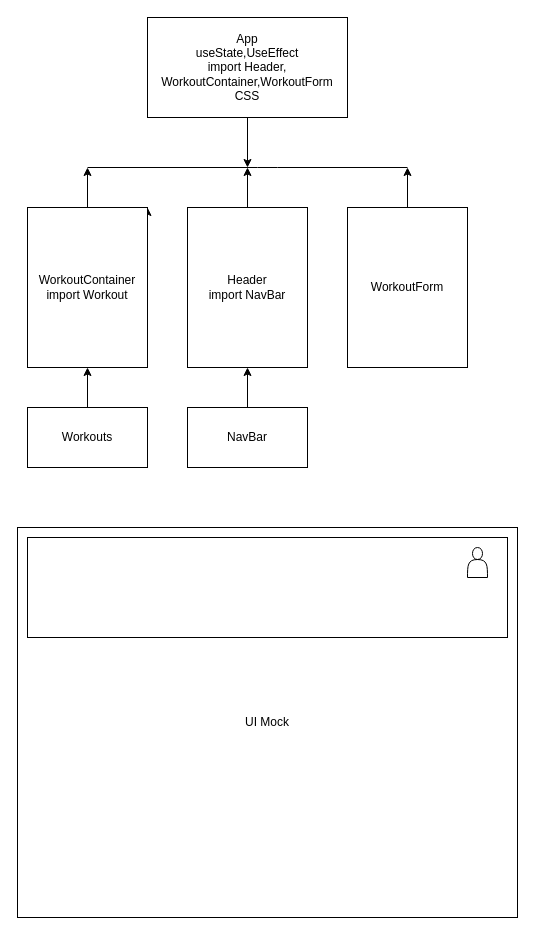
Earlier version of the draw.io diagram .drawio (kennethlatour/Victory-React-Project). Source tidied: cells renumbered, new cells numbered last; positions are measured from the earlier drawing's top-left corner, leaving out a move shared by most shapes. Both pictures are drawn from the tidied source at 100%, with x=0, y=0 at pixel (17, 17).
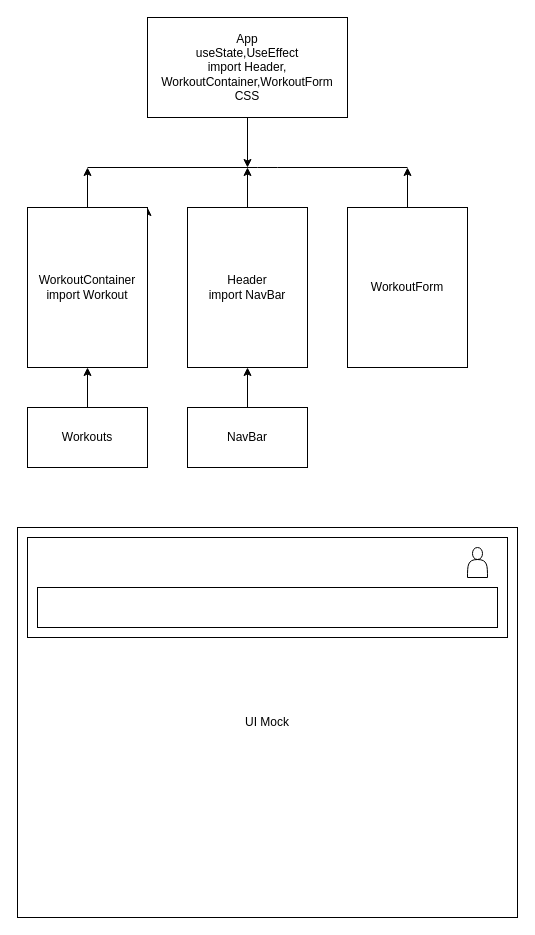
The same diagram, later.

Diff of the diagram source:
```diff
@@
+    <mxCell id="19" style="rounded=0;whiteSpace=wrap;html=1;" parent="1" vertex="1">
+      <mxGeometry x="20" y="570" width="460" height="40" as="geometry" />
+    </mxCell>
```
